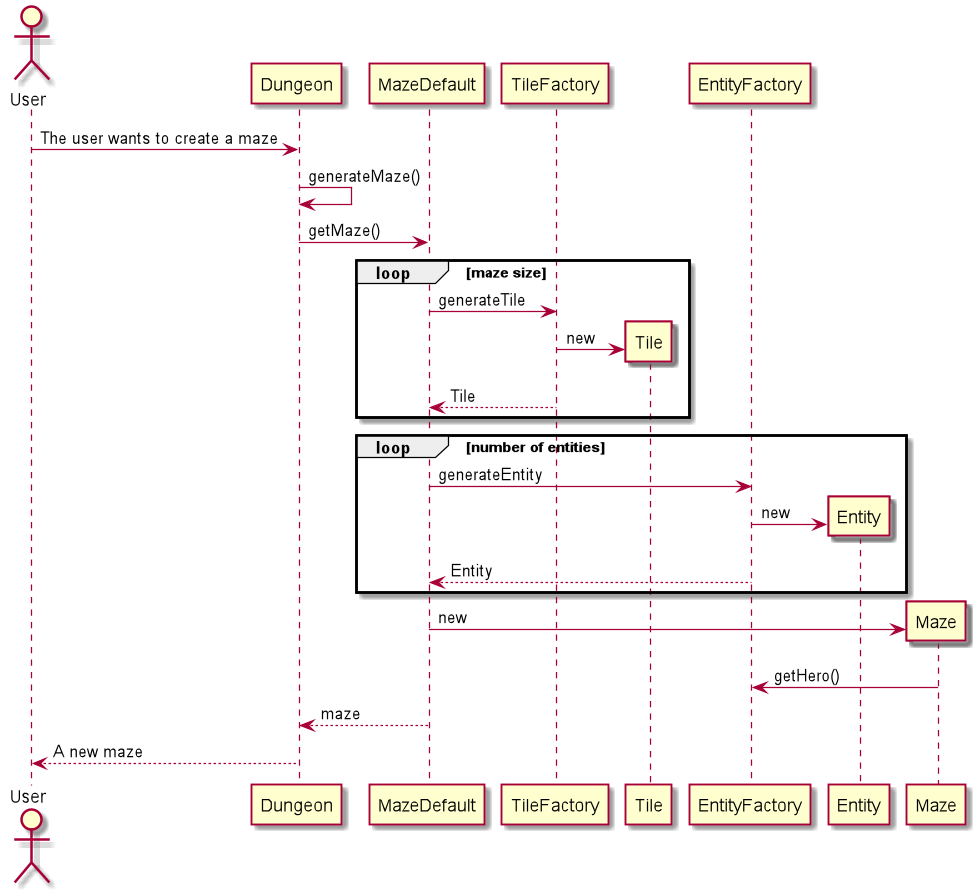
This is doc/first_sprint/diagrams/sequences/GenerateDefaultMaze.png from Reynault/ACL_2019_Zelpop, a PlantUML export, as it was before one commit.
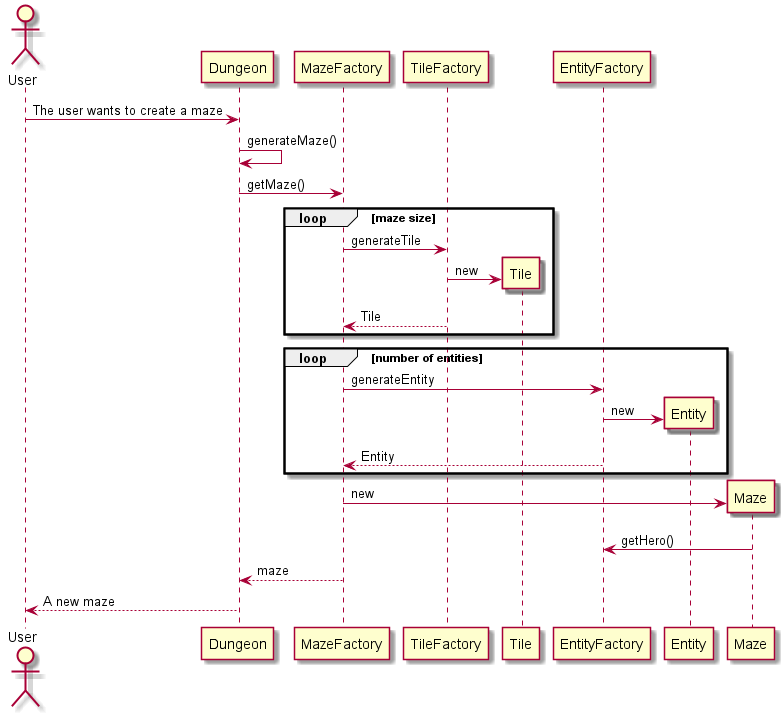
Above is the later version.

Diff of the diagram source:
```diff
@@ -2,22 +2,22 @@
 Actor User
 User -> Dungeon : The user wants to create a maze
 Dungeon -> Dungeon : generateMaze()
-Dungeon -> MazeDefault : getMaze()
+Dungeon -> MazeFactory : getMaze()
 Loop maze size
-    MazeDefault -> TileFactory : generateTile
+    MazeFactory -> TileFactory : generateTile
     create Tile
     TileFactory -> Tile : new
-    TileFactory --> MazeDefault : Tile
+    TileFactory --> MazeFactory : Tile
 end
     Loop number of entities
-    MazeDefault -> EntityFactory : generateEntity
+    MazeFactory -> EntityFactory : generateEntity
     create Entity
     EntityFactory -> Entity : new
-    EntityFactory --> MazeDefault : Entity
+    EntityFactory --> MazeFactory : Entity
 end
 create Maze
-MazeDefault -> Maze : new
+MazeFactory -> Maze : new
 Maze -> EntityFactory : getHero()
-MazeDefault --> Dungeon : maze
+MazeFactory --> Dungeon : maze
 Dungeon --> User : A new maze
 @enduml
```
